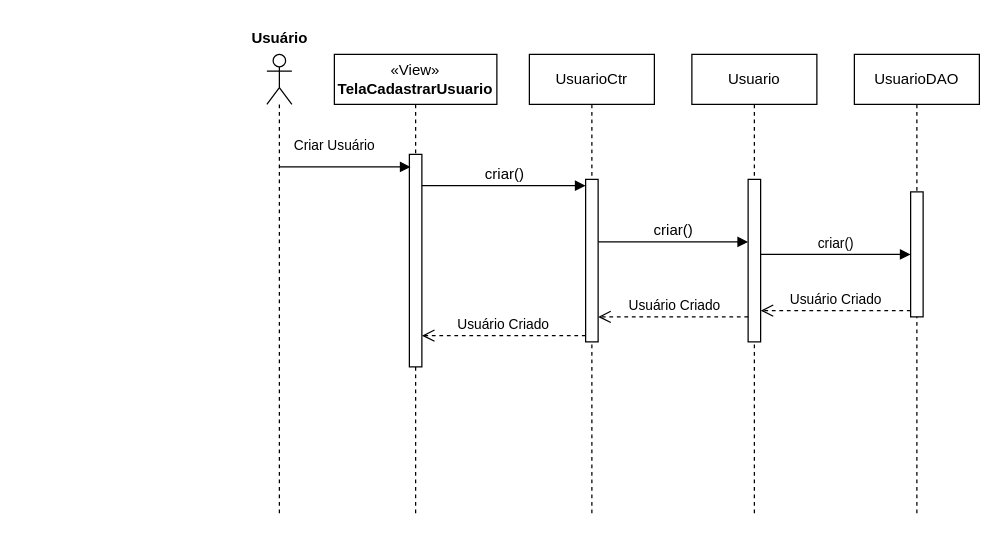
This is Documentação/Diagramas/Diagramas de Sequencia/Diagrama de Sequencia Cadastrar Usuário.drawio from frsouzaa/Documentacao-TCC-NossaVia, a draw.io file, before an edit. Source tidied: cells renumbered, new cells numbered last; positions are measured from the earlier drawing's top-left corner, leaving out a move shared by most shapes. Both pictures are drawn from the tidied source at 125%, with x=0, y=0 at pixel (244, 21).
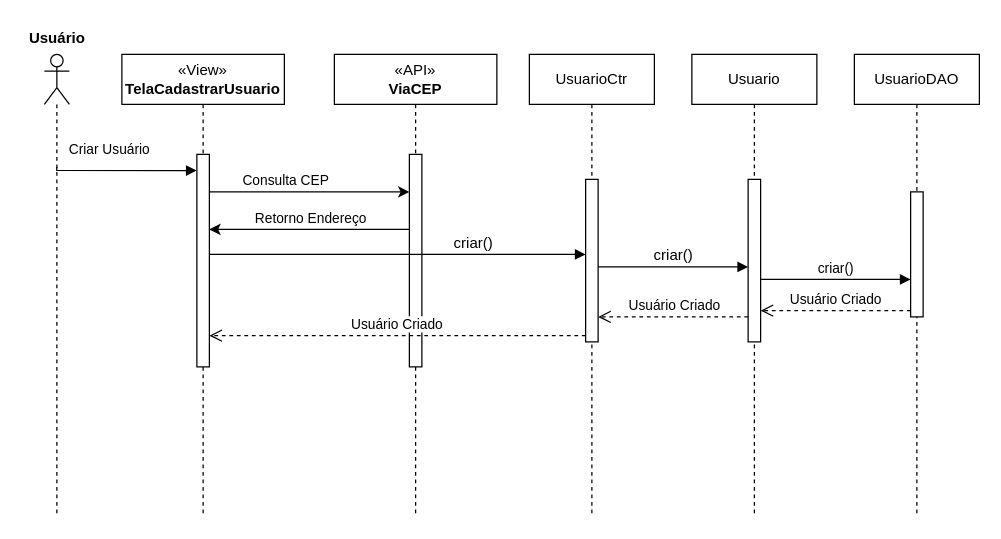
The same diagram, later.

Commit message:
Actualizar Diagrama de Sequencia Cadastrar Usuário api via cep

The change refers to these unchanged cells:
```xml
<mxCell id="4" style="html=1;points=[[0,0,0,0,5],[0,1,0,0,-5],[1,0,0,0,5],[1,1,0,0,-5]];perimeter=orthogonalPerimeter;outlineConnect=0;targetShapes=umlLifeline;portConstraint=eastwest;newEdgeStyle={&quot;curved&quot;:0,&quot;rounded&quot;:0};" parent="3" vertex="1">
  <mxGeometry x="60" y="80" width="10" height="170" as="geometry" />
</mxCell>
<mxCell id="10" style="html=1;points=[[0,0,0,0,5],[0,1,0,0,-5],[1,0,0,0,5],[1,1,0,0,-5]];perimeter=orthogonalPerimeter;outlineConnect=0;targetShapes=umlLifeline;portConstraint=eastwest;newEdgeStyle={&quot;curved&quot;:0,&quot;rounded&quot;:0};" parent="9" vertex="1">
  <mxGeometry x="45" y="100" width="10" height="130" as="geometry" />
</mxCell>
```

What changed in the source:
```diff
@@
     <mxCell id="2" style="shape=umlLifeline;perimeter=lifelinePerimeter;whiteSpace=wrap;html=1;newEdgeStyle={&quot;curved&quot;:0,&quot;rounded&quot;:0};participant=umlActor;" parent="1" vertex="1">
-      <mxGeometry x="18" y="26" width="20" height="370" as="geometry" />
+      <mxGeometry x="-160" y="26" width="20" height="370" as="geometry" />
     </mxCell>
-    <mxCell id="3" value="«View»&lt;br&gt;&lt;b&gt;TelaCadastrarUsuario&lt;/b&gt;" style="shape=umlLifeline;perimeter=lifelinePerimeter;whiteSpace=wrap;html=1;newEdgeStyle={&quot;curved&quot;:0,&quot;rounded&quot;:0};" parent="1" vertex="1">
+    <mxCell id="3" value="«API»&lt;br&gt;&lt;b&gt;ViaCEP&lt;/b&gt;" style="shape=umlLifeline;perimeter=lifelinePerimeter;whiteSpace=wrap;html=1;newEdgeStyle={&quot;curved&quot;:0,&quot;rounded&quot;:0};" parent="1" vertex="1">
       <mxGeometry x="72" y="26" width="130" height="370" as="geometry" />
     </mxCell>
@@
-    <mxCell id="11" value="Criar Usuário" style="endArrow=block;endFill=1;html=1;edgeStyle=orthogonalEdgeStyle;align=left;verticalAlign=top;rounded=0;entryX=-0.166;entryY=0.047;entryDx=0;entryDy=0;entryPerimeter=0;" parent="1" edge="1">
+    <mxCell id="11" value="Criar Usuário" style="endArrow=block;endFill=1;html=1;edgeStyle=orthogonalEdgeStyle;align=left;verticalAlign=top;rounded=0;entryX=-0.014;entryY=0.076;entryDx=0;entryDy=0;entryPerimeter=0;" parent="1" edge="1" target="20">
       <mxGeometry x="-0.81" y="30" relative="1" as="geometry">
-        <mxPoint x="27.9" y="116" as="sourcePoint" />
-        <mxPoint x="133" y="116" as="targetPoint" />
+        <mxPoint x="-150.1" y="116" as="sourcePoint" />
         <Array as="points">
-          <mxPoint x="113" y="116" />
-          <mxPoint x="113" y="116" />
+          <mxPoint x="-150" y="119" />
         </Array>
       </mxGeometry>
     </mxCell>
     <mxCell id="12" value="Usuário" style="text;align=center;fontStyle=1;verticalAlign=middle;spacingLeft=3;spacingRight=3;strokeColor=none;html=1;" parent="1" vertex="1">
-      <mxGeometry width="56" height="26" as="geometry" />
+      <mxGeometry x="-178" width="56" height="26" as="geometry" />
     </mxCell>
     <mxCell id="13" value="&lt;span style=&quot;font-size: 12px; text-align: left;&quot;&gt;criar()&lt;/span&gt;" style="html=1;verticalAlign=bottom;endArrow=block;curved=0;rounded=0;exitX=1;exitY=0;exitDx=0;exitDy=5;exitPerimeter=0;entryX=0;entryY=0;entryDx=0;entryDy=5;entryPerimeter=0;" parent="1" edge="1">
       <mxGeometry relative="1" as="geometry">
-        <mxPoint x="283" y="176" as="sourcePoint" />
-        <mxPoint x="403" y="176" as="targetPoint" />
+        <mxPoint x="283" y="196" as="sourcePoint" />
+        <mxPoint x="403" y="196" as="targetPoint" />
       </mxGeometry>
     </mxCell>
     <mxCell id="14" value="criar()" style="html=1;verticalAlign=bottom;endArrow=block;curved=0;rounded=0;entryX=0;entryY=0;entryDx=0;entryDy=5;" parent="1" edge="1">
       <mxGeometry relative="1" as="geometry">
-        <mxPoint x="413" y="186" as="sourcePoint" />
-        <mxPoint x="533" y="186" as="targetPoint" />
+        <mxPoint x="413" y="206" as="sourcePoint" />
+        <mxPoint x="533" y="206" as="targetPoint" />
       </mxGeometry>
     </mxCell>
@@
-    <mxCell id="17" value="Usuário&amp;nbsp;Criado" style="html=1;verticalAlign=bottom;endArrow=open;dashed=1;endSize=8;curved=0;rounded=0;exitX=0;exitY=1;exitDx=0;exitDy=-5;exitPerimeter=0;" parent="1" edge="1" source="10" target="4">
+    <mxCell id="17" value="Usuário&amp;nbsp;Criado" style="html=1;verticalAlign=bottom;endArrow=open;dashed=1;endSize=8;curved=0;rounded=0;exitX=0;exitY=1;exitDx=0;exitDy=-5;exitPerimeter=0;" parent="1" edge="1" source="10" target="20">
       <mxGeometry relative="1" as="geometry" />
     </mxCell>
-    <mxCell id="18" value="&lt;span style=&quot;font-size: 12px; text-align: left;&quot;&gt;criar()&lt;/span&gt;" style="html=1;verticalAlign=bottom;endArrow=block;curved=0;rounded=0;entryX=0;entryY=0;entryDx=0;entryDy=5;entryPerimeter=0;" parent="1" edge="1" source="4" target="10">
-      <mxGeometry x="0.01" relative="1" as="geometry" />
+    <mxCell id="18" value="&lt;span style=&quot;font-size: 12px; text-align: left;&quot;&gt;criar()&lt;/span&gt;" style="html=1;verticalAlign=bottom;endArrow=block;curved=0;rounded=0;entryX=0;entryY=0;entryDx=0;entryDy=5;entryPerimeter=0;" parent="1" edge="1" source="20">
+      <mxGeometry x="0.4" relative="1" as="geometry">
+        <mxPoint x="273" y="186" as="targetPoint" />
+      </mxGeometry>
     </mxCell>
+    <mxCell id="19" value="«View»&lt;br&gt;&lt;b&gt;TelaCadastrarUsuario&lt;/b&gt;" style="shape=umlLifeline;perimeter=lifelinePerimeter;whiteSpace=wrap;html=1;newEdgeStyle={&quot;curved&quot;:0,&quot;rounded&quot;:0};" parent="1" vertex="1">
+      <mxGeometry x="-98" y="26" width="130" height="370" as="geometry" />
+    </mxCell>
+    <mxCell id="20" style="html=1;points=[[0,0,0,0,5],[0,1,0,0,-5],[1,0,0,0,5],[1,1,0,0,-5]];perimeter=orthogonalPerimeter;outlineConnect=0;targetShapes=umlLifeline;portConstraint=eastwest;newEdgeStyle={&quot;curved&quot;:0,&quot;rounded&quot;:0};" parent="19" vertex="1">
+      <mxGeometry x="60" y="80" width="10" height="170" as="geometry" />
+    </mxCell>
+    <mxCell id="21" style="edgeStyle=orthogonalEdgeStyle;rounded=0;orthogonalLoop=1;jettySize=auto;html=1;curved=0;" parent="1" edge="1">
+      <mxGeometry relative="1" as="geometry">
+        <mxPoint x="-28" y="136" as="sourcePoint" />
+        <mxPoint x="132" y="136" as="targetPoint" />
+      </mxGeometry>
+    </mxCell>
+    <mxCell id="22" value="Consulta CEP" style="edgeLabel;html=1;align=center;verticalAlign=middle;" parent="21" vertex="1">
+      <mxGeometry x="-0.26" y="1" relative="1" as="geometry">
+        <mxPoint x="1" y="-9" as="offset" />
+      </mxGeometry>
+    </mxCell>
+    <mxCell id="23" style="edgeStyle=orthogonalEdgeStyle;rounded=0;jettySize=auto;html=1;curved=0;" parent="1" edge="1" target="20">
+      <mxGeometry relative="1" as="geometry">
+        <mxPoint x="132" y="166" as="sourcePoint" />
+        <Array as="points">
+          <mxPoint x="132" y="166" />
+        </Array>
+      </mxGeometry>
+    </mxCell>
+    <mxCell id="24" value="Retorno Endereço" style="edgeLabel;html=1;align=center;verticalAlign=middle;" parent="23" vertex="1">
+      <mxGeometry x="0.15" y="1" relative="1" as="geometry">
+        <mxPoint x="12" y="-11" as="offset" />
+      </mxGeometry>
+    </mxCell>
```
